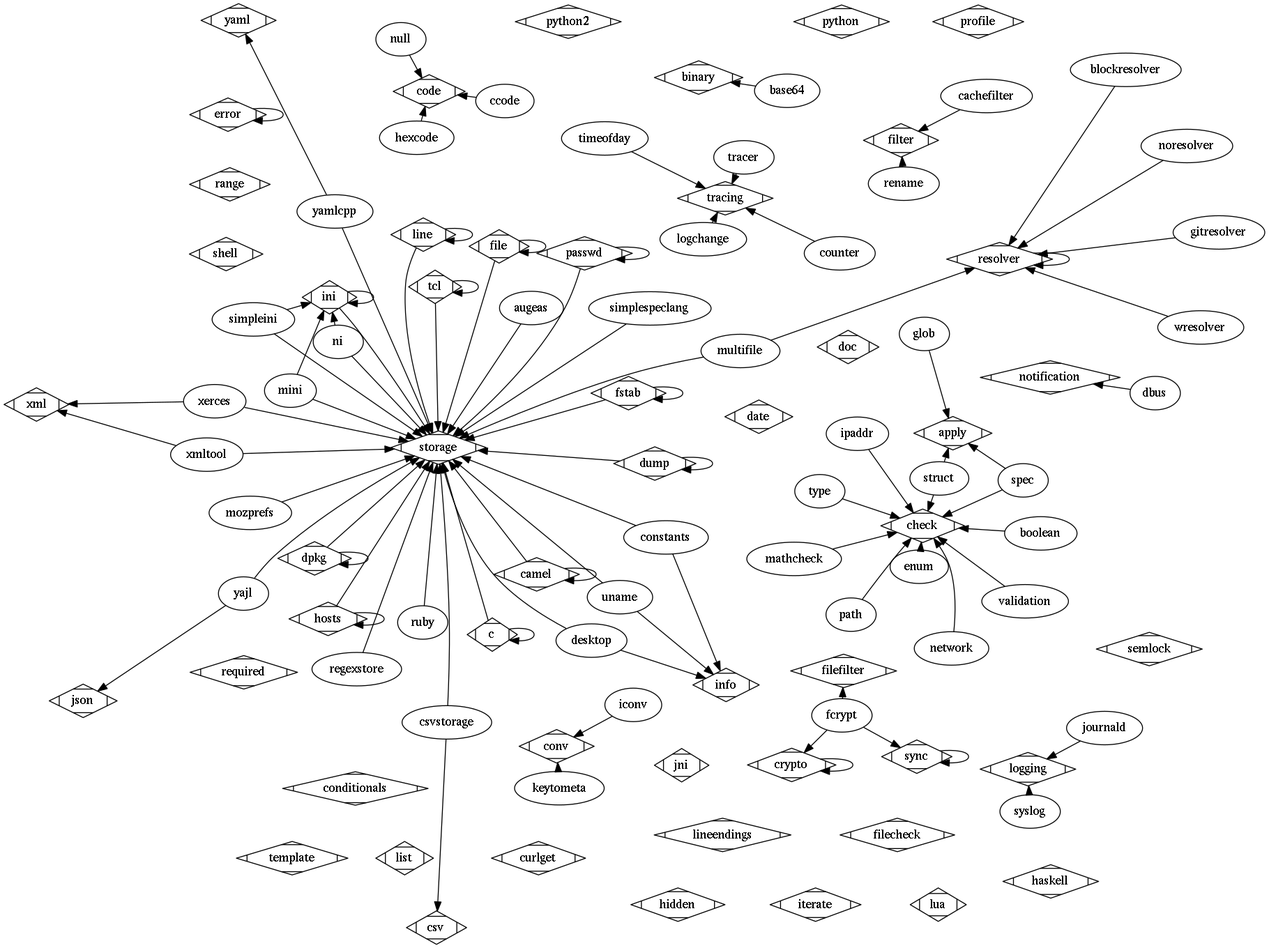
Earlier version of the Graphviz export doc/images/plugins.png (ElektraInitiative/libelektra). Its source is kept beside it as doc/images/plugins.dot.
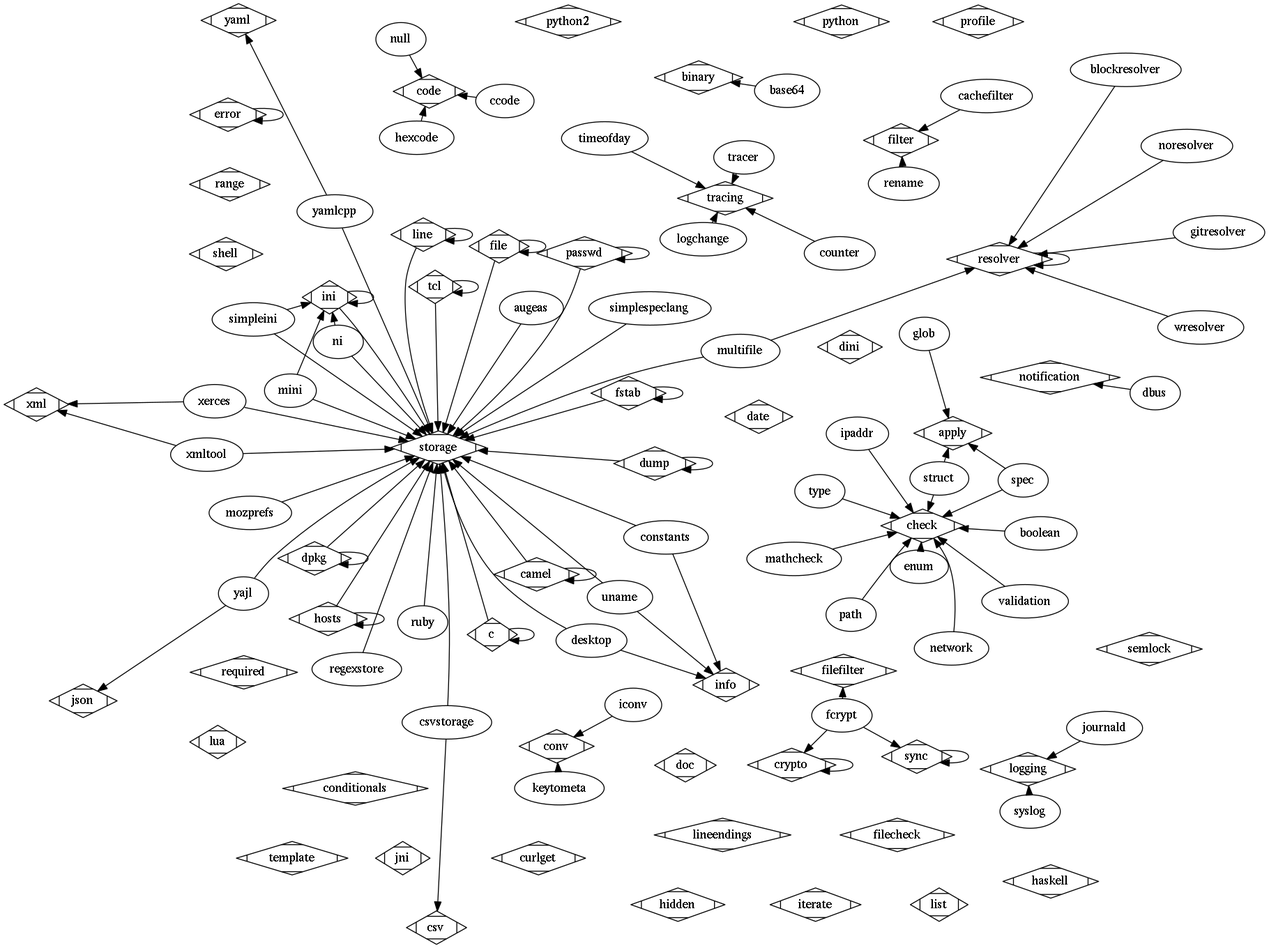
After the change.

Commit message:
doc: redraw plugins with dini

Change to the diagram source:
```diff
@@ -41,6 +41,7 @@
 	desktop -> storage;
 	info [shape=Mdiamond];
 	desktop -> info;
+	dini [shape=Mdiamond];
 	doc [shape=Mdiamond];
 	storage [shape=Mdiamond];
 	dpkg -> storage;
```
